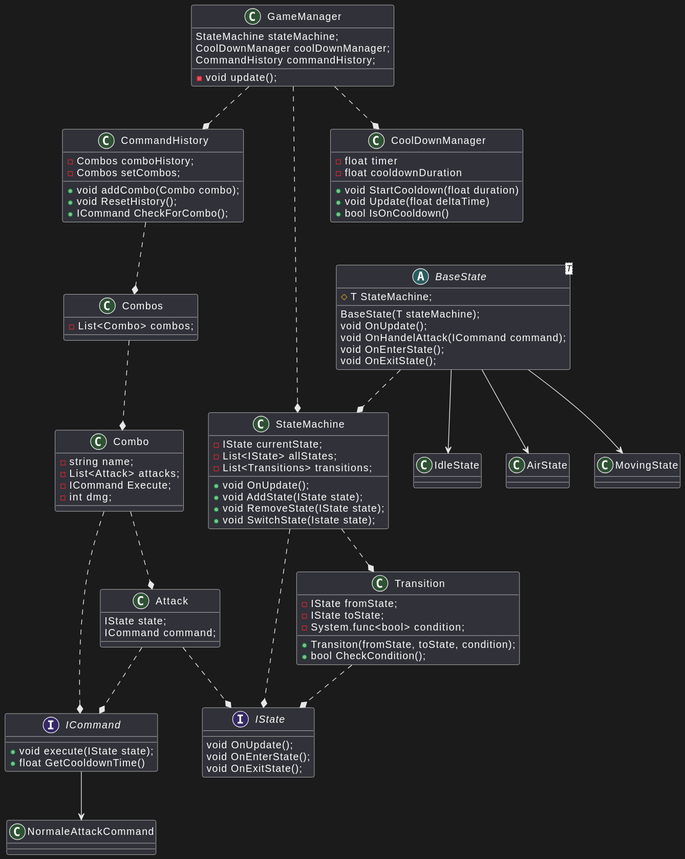
Above: UMLComboSystem.svg in DaBu-Games/ComboSystem (PlantUML), before the change.
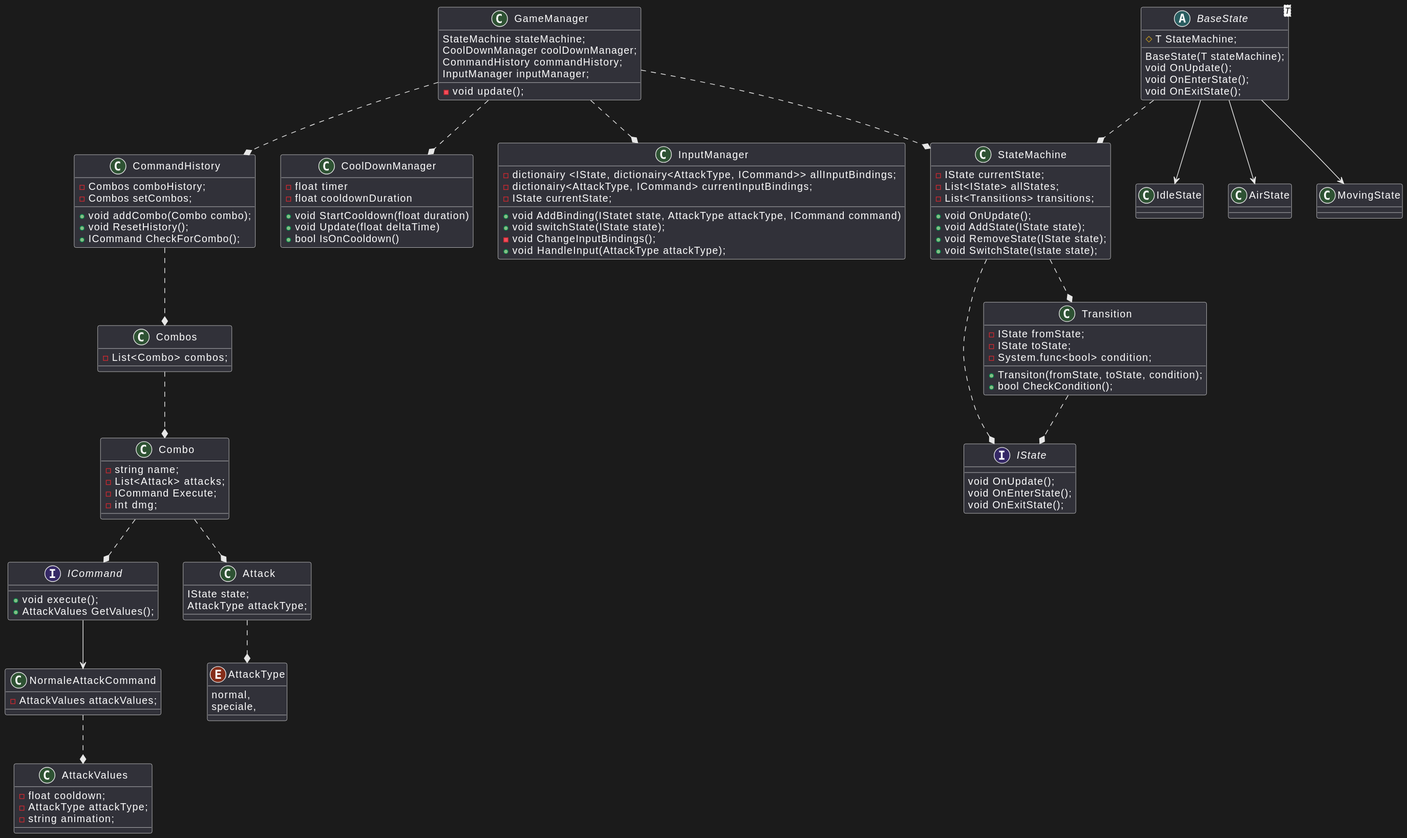
After the change.

Commit message:
Changed the uml so now it has a InputManager and you can add values in the diffrent attack commands.

What changed in the source:
```diff
@@ -1,8 +1,21 @@
 @startuml
 interface ICommand
 {
-+void execute(IState state);
-+float GetCooldownTime()
++void execute();
++AttackValues GetValues();
+}
+
+class AttackValues
+{
+- float cooldown;
+- AttackType attackType;
+- string animation;
+}
+
+enum AttackType
+{
+normal,
+speciale,
 }
 
 class CommandHistory
@@ -16,6 +29,7 @@
 
 class NormaleAttackCommand
 {
+- AttackValues attackValues;
 }
 
 class Combos
@@ -34,7 +48,7 @@
 class Attack
 {
 IState state;
-ICommand command;
+AttackType attackType;
 }
 
 class StateMachine
@@ -53,7 +67,6 @@
 # T StateMachine;
 BaseState(T stateMachine);
 void OnUpdate();
-void OnHandelAttack(ICommand command);
 void OnEnterState();
 void OnExitState();
 }
@@ -82,11 +95,23 @@
     +bool IsOnCooldown()
 }
 
+class InputManager
+{
+- dictionairy <IState, dictionairy<AttackType, ICommand>> allInputBindings;
+- dictionairy<AttackType, ICommand> currentInputBindings;
+- IState currentState;
++ void AddBinding(IStatet state, AttackType attackType, ICommand command)
++ void switchState(IState state);
+- void ChangeInputBindings();
++ void HandleInput(AttackType attackType);
+}
+
 class GameManager
 {
 StateMachine stateMachine;
 CoolDownManager coolDownManager;
 CommandHistory commandHistory;
+InputManager inputManager;
 - void update();
 }
 
@@ -114,9 +139,10 @@
 Combos ..* Combo
 Combo ..* ICommand
 Combo ..* Attack
-Attack ..* ICommand
-Attack ..* IState
+Attack ..* AttackType
+NormaleAttackCommand ..* AttackValues
 Transition ..* IState
 StateMachine ..* Transition
 StateMachine ..* IState
+GameManager ..* InputManager
 @enduml
```
